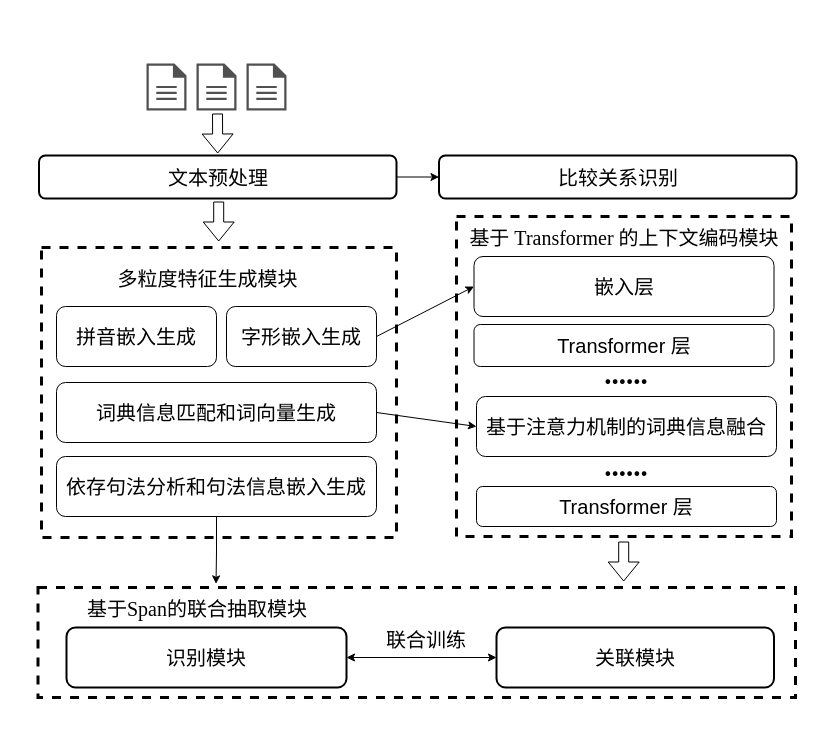
The draw.io diagram page "第 1 页" (1 of 4) of 基于特征增强的MQI联合抽取.drawio in JJackMoO/Jackert_draw, before the edit. Source tidied: cells renumbered, new cells numbered last; positions are measured from the earlier drawing's top-left corner, leaving out a move shared by most shapes. Both pictures are drawn from the tidied source at 100%, with x=0, y=0 at pixel (17, 63).
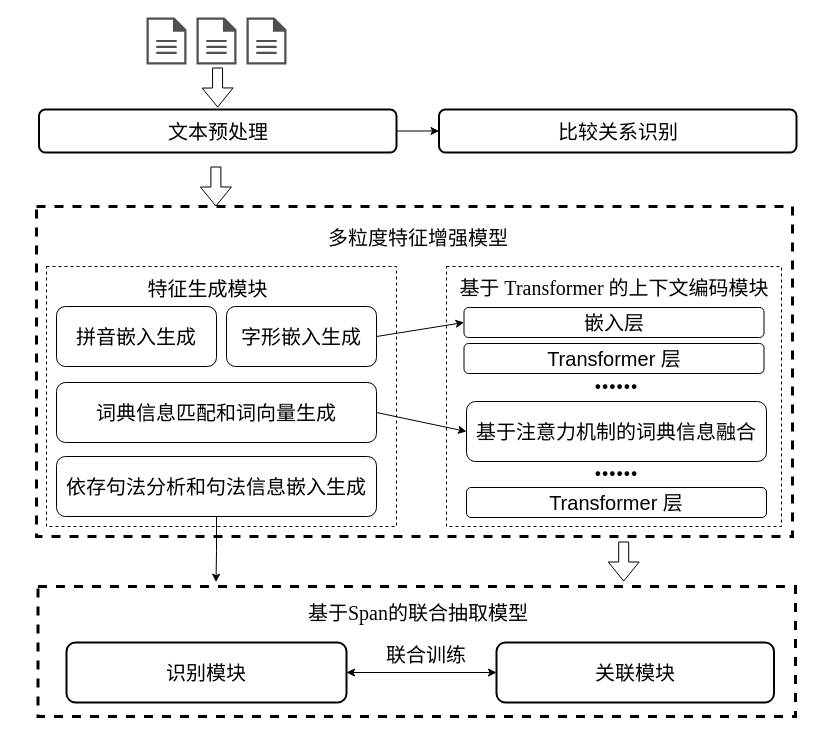
Above is the later version.

Diff of the diagram source:
```diff
@@
+    <mxCell id="34" style="rounded=0;whiteSpace=wrap;html=1;fillColor=none;dashed=1;strokeWidth=3;" parent="1" vertex="1">
+      <mxGeometry x="19" y="143" width="756" height="330" as="geometry" />
+    </mxCell>
-    <mxCell id="2" style="rounded=0;whiteSpace=wrap;html=1;fillColor=none;dashed=1;strokeWidth=3;" parent="1" vertex="1">
-      <mxGeometry x="24" y="184" width="355" height="290" as="geometry" />
+    <mxCell id="2" style="rounded=0;whiteSpace=wrap;html=1;fillColor=none;dashed=1;strokeWidth=1;" parent="1" vertex="1">
+      <mxGeometry x="29" y="203" width="350" height="260" as="geometry" />
     </mxCell>
@@
     <mxCell id="4" value="&lt;font style=&quot;font-size: 20px;&quot; face=&quot;Times New Roman&quot;&gt;文本预处理&lt;/font&gt;" style="rounded=1;whiteSpace=wrap;html=1;strokeWidth=2;" parent="1" vertex="1">
-      <mxGeometry x="21.5" y="92" width="357.5" height="43" as="geometry" />
+      <mxGeometry x="21.5" y="46" width="357.5" height="43" as="geometry" />
     </mxCell>
     <mxCell id="5" style="sketch=0;shadow=0;dashed=0;html=1;strokeColor=none;fillColor=#505050;labelPosition=center;verticalLabelPosition=bottom;verticalAlign=top;align=center;shape=mxgraph.office.concepts.document;" parent="1" vertex="1">
-      <mxGeometry x="129" width="40" height="47" as="geometry" />
+      <mxGeometry x="129" y="-46" width="40" height="47" as="geometry" />
     </mxCell>
     <mxCell id="6" style="sketch=0;shadow=0;dashed=0;html=1;strokeColor=none;fillColor=#505050;labelPosition=center;verticalLabelPosition=bottom;verticalAlign=top;align=center;shape=mxgraph.office.concepts.document;" parent="1" vertex="1">
-      <mxGeometry x="179" width="40" height="47" as="geometry" />
+      <mxGeometry x="179" y="-46" width="40" height="47" as="geometry" />
     </mxCell>
     <mxCell id="7" style="sketch=0;shadow=0;dashed=0;html=1;strokeColor=none;fillColor=#505050;labelPosition=center;verticalLabelPosition=bottom;verticalAlign=top;align=center;shape=mxgraph.office.concepts.document;" parent="1" vertex="1">
-      <mxGeometry x="229" width="40" height="47" as="geometry" />
+      <mxGeometry x="229" y="-46" width="40" height="47" as="geometry" />
     </mxCell>
@@
-    <mxCell id="15" style="rounded=0;whiteSpace=wrap;html=1;fillColor=none;dashed=1;strokeWidth=3;" parent="1" vertex="1">
-      <mxGeometry x="439" y="153" width="335" height="320" as="geometry" />
+    <mxCell id="15" style="rounded=0;whiteSpace=wrap;html=1;fillColor=none;dashed=1;strokeWidth=1;" parent="1" vertex="1">
+      <mxGeometry x="429" y="203" width="335" height="260" as="geometry" />
     </mxCell>
     <mxCell id="16" value="&lt;font face=&quot;Times New Roman&quot; style=&quot;font-size: 20px;&quot;&gt;基于 Transformer 的上下文编码模块&lt;/font&gt;" style="text;strokeColor=none;align=center;fillColor=none;html=1;verticalAlign=middle;whiteSpace=wrap;rounded=0;" parent="1" vertex="1">
-      <mxGeometry x="426.5" y="159" width="360" height="30" as="geometry" />
+      <mxGeometry x="416.5" y="209" width="360" height="30" as="geometry" />
     </mxCell>
     <mxCell id="17" value="&lt;font style=&quot;font-size: 20px;&quot;&gt;嵌入层&lt;/font&gt;" style="rounded=1;whiteSpace=wrap;html=1;" parent="1" vertex="1">
-      <mxGeometry x="456.5" y="193" width="300" height="60" as="geometry" />
+      <mxGeometry x="446.5" y="244" width="300" height="30" as="geometry" />
     </mxCell>
     <mxCell id="18" value="&lt;font style=&quot;font-size: 20px;&quot;&gt;Transformer 层&lt;/font&gt;" style="rounded=1;whiteSpace=wrap;html=1;" parent="1" vertex="1">
-      <mxGeometry x="456.5" y="261" width="300" height="42" as="geometry" />
+      <mxGeometry x="446.5" y="280" width="300" height="30" as="geometry" />
     </mxCell>
     <mxCell id="19" style="rounded=0;whiteSpace=wrap;html=1;fillColor=none;dashed=1;strokeWidth=3;" parent="1" vertex="1">
-      <mxGeometry x="20.5" y="524" width="757.5" height="110" as="geometry" />
+      <mxGeometry x="20.5" y="523" width="757.5" height="130" as="geometry" />
     </mxCell>
-    <mxCell id="20" value="&lt;font face=&quot;Times New Roman&quot; style=&quot;font-size: 20px;&quot;&gt;多粒度特征生成模块&lt;/font&gt;" style="text;strokeColor=none;align=center;fillColor=none;html=1;verticalAlign=middle;whiteSpace=wrap;rounded=0;" parent="1" vertex="1">
-      <mxGeometry x="9" y="200" width="362.5" height="30" as="geometry" />
+    <mxCell id="20" value="&lt;font face=&quot;Times New Roman&quot; style=&quot;font-size: 20px;&quot;&gt;特征生成模块&lt;/font&gt;" style="text;strokeColor=none;align=center;fillColor=none;html=1;verticalAlign=middle;whiteSpace=wrap;rounded=0;" parent="1" vertex="1">
+      <mxGeometry x="9" y="210" width="362.5" height="30" as="geometry" />
     </mxCell>
     <mxCell id="21" value="&lt;font style=&quot;font-size: 20px;&quot;&gt;Transformer 层&lt;/font&gt;" style="rounded=1;whiteSpace=wrap;html=1;" parent="1" vertex="1">
-      <mxGeometry x="459" y="423" width="300" height="40" as="geometry" />
+      <mxGeometry x="449" y="424" width="300" height="30" as="geometry" />
     </mxCell>
     <mxCell id="22" value="&lt;font style=&quot;font-size: 20px;&quot;&gt;基于注意力机制的词典信息融合&lt;/font&gt;" style="rounded=1;whiteSpace=wrap;html=1;" parent="1" vertex="1">
-      <mxGeometry x="459" y="333" width="300" height="60" as="geometry" />
+      <mxGeometry x="449" y="338" width="300" height="60" as="geometry" />
     </mxCell>
     <mxCell id="23" style="shape=flexArrow;endArrow=classic;html=1;rounded=0;entryX=0.5;entryY=0;entryDx=0;entryDy=0;" parent="1" edge="1">
       <mxGeometry relative="1" as="geometry">
-        <mxPoint x="200" y="50" as="sourcePoint" />
-        <mxPoint x="200.2" y="90" as="targetPoint" />
+        <mxPoint x="200" y="4" as="sourcePoint" />
+        <mxPoint x="200.2" y="44" as="targetPoint" />
       </mxGeometry>
     </mxCell>
     <mxCell id="24" style="shape=flexArrow;endArrow=classic;html=1;rounded=0;entryX=0.5;entryY=0;entryDx=0;entryDy=0;" parent="1" edge="1">
       <mxGeometry relative="1" as="geometry">
-        <mxPoint x="201.2" y="138" as="sourcePoint" />
-        <mxPoint x="201.2" y="178" as="targetPoint" />
+        <mxPoint x="198.4" y="103" as="sourcePoint" />
+        <mxPoint x="198.4" y="143" as="targetPoint" />
       </mxGeometry>
     </mxCell>
     <mxCell id="25" value="&lt;font style=&quot;font-size: 20px;&quot; face=&quot;Times New Roman&quot;&gt;比较关系识别&lt;/font&gt;" style="rounded=1;whiteSpace=wrap;html=1;strokeWidth=2;" parent="1" vertex="1">
-      <mxGeometry x="421.5" y="92" width="357.5" height="43" as="geometry" />
+      <mxGeometry x="421.5" y="46" width="357.5" height="43" as="geometry" />
     </mxCell>
     <mxCell id="26" value="&lt;font style=&quot;font-size: 20px;&quot;&gt;识别模块&lt;/font&gt;" style="rounded=1;whiteSpace=wrap;html=1;strokeWidth=2;" parent="1" vertex="1">
-      <mxGeometry x="49" y="564" width="280" height="60" as="geometry" />
+      <mxGeometry x="49" y="579" width="280" height="60" as="geometry" />
     </mxCell>
@@
     <mxCell id="28" value="&lt;font style=&quot;font-size: 20px;&quot;&gt;关联模块&lt;/font&gt;" style="rounded=1;whiteSpace=wrap;html=1;strokeWidth=2;" parent="1" vertex="1">
-      <mxGeometry x="479" y="564" width="277.5" height="60" as="geometry" />
+      <mxGeometry x="479" y="579" width="277.5" height="60" as="geometry" />
     </mxCell>
-    <mxCell id="29" value="&lt;font face=&quot;Times New Roman&quot; style=&quot;font-size: 20px;&quot;&gt;基于Span的联合抽取模块&lt;/font&gt;" style="text;strokeColor=none;align=center;fillColor=none;html=1;verticalAlign=middle;whiteSpace=wrap;rounded=0;" parent="1" vertex="1">
-      <mxGeometry y="530" width="360" height="30" as="geometry" />
+    <mxCell id="29" value="&lt;font face=&quot;Times New Roman&quot; style=&quot;font-size: 20px;&quot;&gt;基于Span的联合抽取模型&lt;/font&gt;" style="text;strokeColor=none;align=center;fillColor=none;html=1;verticalAlign=middle;whiteSpace=wrap;rounded=0;" parent="1" vertex="1">
+      <mxGeometry x="221" y="534" width="360" height="30" as="geometry" />
     </mxCell>
     <mxCell id="30" value="&lt;font face=&quot;Times New Roman&quot; style=&quot;font-size: 20px;&quot;&gt;联合训练&lt;/font&gt;" style="text;strokeColor=none;align=center;fillColor=none;html=1;verticalAlign=middle;whiteSpace=wrap;rounded=0;" parent="1" vertex="1">
-      <mxGeometry x="349" y="561" width="120" height="30" as="geometry" />
+      <mxGeometry x="349" y="576" width="120" height="30" as="geometry" />
     </mxCell>
@@
     <mxCell id="32" value="&lt;font size=&quot;1&quot; face=&quot;Times New Roman&quot;&gt;&lt;b style=&quot;font-size: 29px;&quot;&gt;......&lt;/b&gt;&lt;/font&gt;" style="text;strokeColor=none;align=center;fillColor=none;html=1;verticalAlign=middle;whiteSpace=wrap;rounded=0;" parent="1" vertex="1">
-      <mxGeometry x="429" y="296" width="360" height="30" as="geometry" />
+      <mxGeometry x="419" y="301" width="360" height="30" as="geometry" />
     </mxCell>
     <mxCell id="33" value="&lt;font size=&quot;1&quot; face=&quot;Times New Roman&quot;&gt;&lt;b style=&quot;font-size: 29px;&quot;&gt;......&lt;/b&gt;&lt;/font&gt;" style="text;strokeColor=none;align=center;fillColor=none;html=1;verticalAlign=middle;whiteSpace=wrap;rounded=0;" parent="1" vertex="1">
-      <mxGeometry x="429" y="388" width="360" height="30" as="geometry" />
+      <mxGeometry x="419" y="388" width="360" height="30" as="geometry" />
     </mxCell>
+    <mxCell id="35" value="&lt;font face=&quot;Times New Roman&quot; style=&quot;font-size: 20px;&quot;&gt;多粒度特征增强模型&lt;/font&gt;" style="text;strokeColor=none;align=center;fillColor=none;html=1;verticalAlign=middle;whiteSpace=wrap;rounded=0;" parent="1" vertex="1">
+      <mxGeometry x="221" y="159" width="360" height="30" as="geometry" />
+    </mxCell>
```
